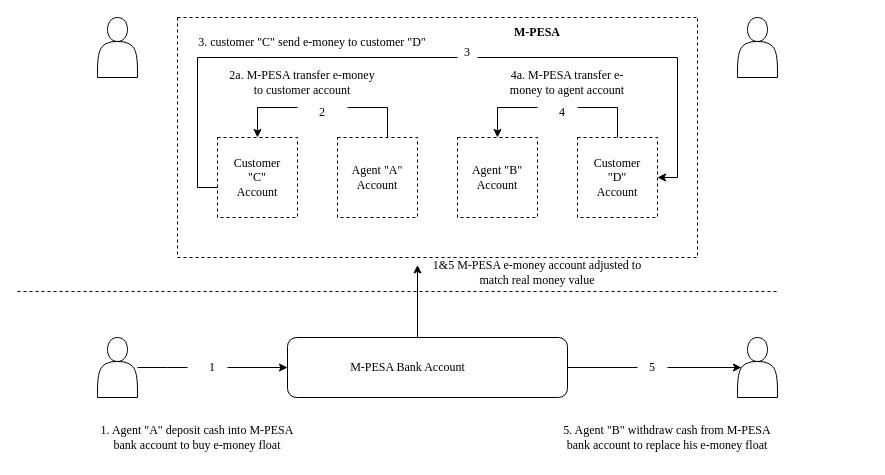
Earlier version of the draw.io diagram mobilemoneyecosy.drawio (codeflickr/First-project). Source tidied: cells renumbered, new cells numbered last; positions are measured from the earlier drawing's top-left corner, leaving out a move shared by most shapes. Both pictures are drawn from the tidied source at 100%, with x=0, y=0 at pixel (17, 17).
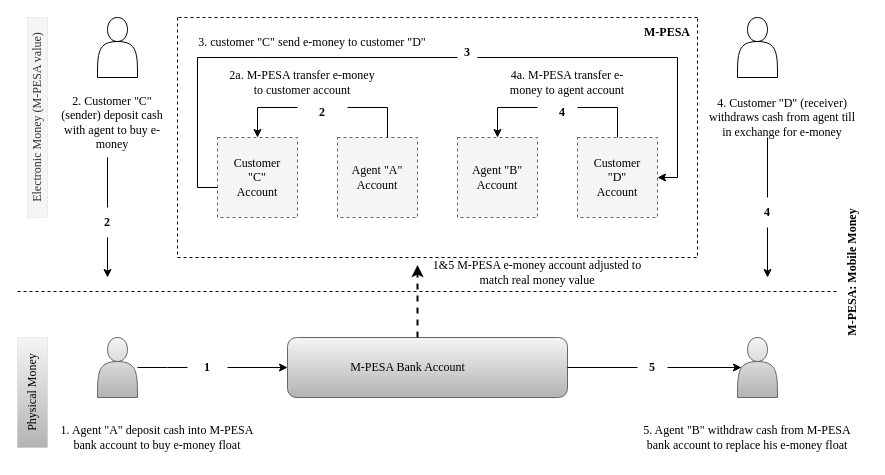
The same diagram, later.

Diff of the diagram source:
```diff
@@
-    <mxCell id="4" style="shape=actor;whiteSpace=wrap;html=1;" parent="1" vertex="1">
+    <mxCell id="4" style="shape=actor;whiteSpace=wrap;html=1;fillColor=#f5f5f5;gradientColor=#b3b3b3;strokeColor=#666666;" parent="1" vertex="1">
       <mxGeometry x="80" y="320" width="40" height="60" as="geometry" />
     </mxCell>
-    <mxCell id="5" style="shape=actor;whiteSpace=wrap;html=1;" parent="1" vertex="1">
+    <mxCell id="5" style="shape=actor;whiteSpace=wrap;html=1;fillColor=#f5f5f5;gradientColor=#b3b3b3;strokeColor=#666666;" parent="1" vertex="1">
       <mxGeometry x="720" y="320" width="40" height="60" as="geometry" />
     </mxCell>
     <mxCell id="6" style="line;strokeWidth=1;fillColor=none;align=left;verticalAlign=middle;spacingTop=-1;spacingLeft=3;spacingRight=3;labelPosition=right;fontFamily=Times New Roman;dashed=1;" parent="1" vertex="1">
-      <mxGeometry y="270" width="760" height="8" as="geometry" />
+      <mxGeometry y="270" width="820" height="8" as="geometry" />
     </mxCell>
-    <mxCell id="7" style="rounded=1;whiteSpace=wrap;html=1;fontFamily=Times New Roman;" parent="1" vertex="1">
+    <mxCell id="7" style="rounded=1;whiteSpace=wrap;html=1;fontFamily=Times New Roman;fillColor=#f5f5f5;strokeColor=#666666;gradientColor=#b3b3b3;" parent="1" vertex="1">
       <mxGeometry x="270" y="320" width="280" height="60" as="geometry" />
     </mxCell>
@@
-    <mxCell id="9" value="1" style="text;html=1;strokeColor=none;fillColor=none;align=center;verticalAlign=middle;whiteSpace=wrap;rounded=0;fontFamily=Times New Roman;" parent="1" vertex="1">
-      <mxGeometry x="180" y="335" width="30" height="30" as="geometry" />
+    <mxCell id="9" value="1" style="text;html=1;strokeColor=none;fillColor=none;align=center;verticalAlign=middle;whiteSpace=wrap;rounded=0;fontFamily=Times New Roman;fontStyle=1;" parent="1" vertex="1">
+      <mxGeometry x="180" y="335" width="20" height="30" as="geometry" />
     </mxCell>
@@
-    <mxCell id="14" value="5" style="text;html=1;strokeColor=none;fillColor=none;align=center;verticalAlign=middle;whiteSpace=wrap;rounded=0;fontFamily=Times New Roman;" parent="1" vertex="1">
+    <mxCell id="14" value="5" style="text;html=1;strokeColor=none;fillColor=none;align=center;verticalAlign=middle;whiteSpace=wrap;rounded=0;fontFamily=Times New Roman;fontStyle=1;" parent="1" vertex="1">
       <mxGeometry x="620" y="335" width="30" height="30" as="geometry" />
     </mxCell>
@@
     <mxCell id="16" value="1. Agent &quot;A&quot; deposit cash into M-PESA bank account to buy e-money float" style="text;html=1;strokeColor=none;fillColor=none;align=center;verticalAlign=middle;whiteSpace=wrap;rounded=0;fontFamily=Times New Roman;" parent="1" vertex="1">
-      <mxGeometry x="80" y="400" width="200" height="40" as="geometry" />
+      <mxGeometry x="40" y="400" width="200" height="40" as="geometry" />
     </mxCell>
     <mxCell id="17" value="5. Agent &quot;B&quot; withdraw cash from M-PESA bank account to replace his e-money float" style="text;html=1;strokeColor=none;fillColor=none;align=center;verticalAlign=middle;whiteSpace=wrap;rounded=0;fontFamily=Times New Roman;" parent="1" vertex="1">
-      <mxGeometry x="540" y="400" width="220" height="40" as="geometry" />
+      <mxGeometry x="620" y="400" width="220" height="40" as="geometry" />
     </mxCell>
-    <mxCell id="18" style="endArrow=classic;html=1;rounded=0;fontFamily=Times New Roman;entryX=0;entryY=0.25;entryDx=0;entryDy=0;" parent="1" edge="1" target="19">
+    <mxCell id="18" style="endArrow=classic;html=1;rounded=0;fontFamily=Times New Roman;entryX=0;entryY=0.25;entryDx=0;entryDy=0;dashed=1;strokeWidth=2;" parent="1" edge="1" target="19">
       <mxGeometry relative="1" as="geometry">
         <mxPoint x="400" y="320" as="sourcePoint" />
       </mxGeometry>
     </mxCell>
-    <mxCell id="19" value="1&amp;amp;5 M-PESA e-money account adjusted to match real money value" style="text;html=1;strokeColor=none;fillColor=none;align=center;verticalAlign=middle;whiteSpace=wrap;rounded=0;fontFamily=Times New Roman;" parent="1" vertex="1">
+    <mxCell id="19" value="1&amp;amp;5 M-PESA e-money account adjusted to match real money value" style="text;html=1;align=center;verticalAlign=middle;whiteSpace=wrap;rounded=0;fontFamily=Times New Roman;" parent="1" vertex="1">
       <mxGeometry x="400" y="240" width="240" height="30" as="geometry" />
     </mxCell>
-    <mxCell id="20" style="swimlane;startSize=0;fontFamily=Times New Roman;dashed=1;" parent="1" vertex="1">
+    <mxCell id="20" style="swimlane;startSize=0;fontFamily=Times New Roman;dashed=1;shadow=0;rounded=1;" parent="1" vertex="1">
       <mxGeometry x="160" width="520" height="240" as="geometry" />
     </mxCell>
-    <mxCell id="21" style="whiteSpace=wrap;html=1;dashed=1;" parent="20" vertex="1">
+    <mxCell id="21" style="whiteSpace=wrap;html=1;dashed=1;fillColor=#f5f5f5;fontColor=#333333;strokeColor=#666666;" parent="20" vertex="1">
       <mxGeometry x="160" y="120" width="80" height="80" as="geometry" />
     </mxCell>
-    <mxCell id="22" value="Agent &quot;A&quot; Account" style="text;html=1;strokeColor=none;fillColor=none;align=center;verticalAlign=middle;whiteSpace=wrap;rounded=0;fontFamily=Times New Roman;" parent="20" vertex="1">
+    <mxCell id="22" value="Agent &quot;A&quot; Account" style="text;html=1;strokeColor=none;fillColor=none;align=center;verticalAlign=middle;whiteSpace=wrap;rounded=0;fontFamily=Times New Roman;fontStyle=0;" parent="20" vertex="1">
       <mxGeometry x="170" y="145" width="60" height="30" as="geometry" />
     </mxCell>
-    <mxCell id="23" style="whiteSpace=wrap;html=1;dashed=1;" parent="20" vertex="1">
+    <mxCell id="23" style="whiteSpace=wrap;html=1;dashed=1;fillColor=#f5f5f5;fontColor=#333333;strokeColor=#666666;" parent="20" vertex="1">
       <mxGeometry x="40" y="120" width="80" height="80" as="geometry" />
     </mxCell>
-    <mxCell id="24" value="&lt;font face=&quot;Times New Roman&quot;&gt;Customer &quot;C&quot; Account&lt;/font&gt;" style="text;html=1;strokeColor=none;fillColor=none;align=center;verticalAlign=middle;whiteSpace=wrap;rounded=0;" parent="20" vertex="1">
+    <mxCell id="24" value="&lt;font face=&quot;Times New Roman&quot;&gt;Customer &quot;C&quot; Account&lt;/font&gt;" style="text;html=1;strokeColor=none;fillColor=none;align=center;verticalAlign=middle;whiteSpace=wrap;rounded=0;fontStyle=0;" parent="20" vertex="1">
       <mxGeometry x="50" y="135" width="60" height="50" as="geometry" />
     </mxCell>
-    <mxCell id="25" style="whiteSpace=wrap;html=1;dashed=1;" parent="20" vertex="1">
+    <mxCell id="25" style="whiteSpace=wrap;html=1;dashed=1;fillColor=#f5f5f5;fontColor=#333333;strokeColor=#666666;" parent="20" vertex="1">
       <mxGeometry x="400" y="120" width="80" height="80" as="geometry" />
     </mxCell>
-    <mxCell id="26" style="whiteSpace=wrap;html=1;dashed=1;" parent="20" vertex="1">
+    <mxCell id="26" style="whiteSpace=wrap;html=1;dashed=1;fillColor=#f5f5f5;fontColor=#333333;strokeColor=#666666;" parent="20" vertex="1">
       <mxGeometry x="280" y="120" width="80" height="80" as="geometry" />
     </mxCell>
-    <mxCell id="27" value="Agent &quot;B&quot; Account" style="text;html=1;strokeColor=none;fillColor=none;align=center;verticalAlign=middle;whiteSpace=wrap;rounded=0;fontFamily=Times New Roman;" parent="20" vertex="1">
+    <mxCell id="27" value="Agent &quot;B&quot; Account" style="text;html=1;strokeColor=none;fillColor=none;align=center;verticalAlign=middle;whiteSpace=wrap;rounded=0;fontFamily=Times New Roman;fontStyle=0;" parent="20" vertex="1">
       <mxGeometry x="290" y="145" width="60" height="30" as="geometry" />
     </mxCell>
-    <mxCell id="28" value="Customer &quot;D&quot; Account" style="text;html=1;strokeColor=none;fillColor=none;align=center;verticalAlign=middle;whiteSpace=wrap;rounded=0;fontFamily=Times New Roman;" parent="20" vertex="1">
+    <mxCell id="28" value="Customer &quot;D&quot; Account" style="text;html=1;strokeColor=none;fillColor=none;align=center;verticalAlign=middle;whiteSpace=wrap;rounded=0;fontFamily=Times New Roman;fontStyle=0;" parent="20" vertex="1">
       <mxGeometry x="410" y="140" width="60" height="40" as="geometry" />
     </mxCell>
     <mxCell id="29" value="&lt;b&gt;M-PESA&lt;/b&gt;" style="text;html=1;strokeColor=none;fillColor=none;align=center;verticalAlign=middle;whiteSpace=wrap;rounded=0;fontFamily=Times New Roman;" parent="20" vertex="1">
-      <mxGeometry x="330" width="60" height="30" as="geometry" />
+      <mxGeometry x="460" width="60" height="30" as="geometry" />
     </mxCell>
-    <mxCell id="30" value="2" style="text;html=1;strokeColor=none;fillColor=none;align=center;verticalAlign=middle;whiteSpace=wrap;rounded=0;dashed=1;fontFamily=Times New Roman;" parent="20" vertex="1">
+    <mxCell id="30" value="2" style="text;html=1;strokeColor=none;fillColor=none;align=center;verticalAlign=middle;whiteSpace=wrap;rounded=0;dashed=1;fontFamily=Times New Roman;fontStyle=1;" parent="20" vertex="1">
       <mxGeometry x="130" y="80" width="30" height="30" as="geometry" />
     </mxCell>
@@
-    <mxCell id="32" value="4" style="text;html=1;strokeColor=none;fillColor=none;align=center;verticalAlign=middle;whiteSpace=wrap;rounded=0;dashed=1;fontFamily=Times New Roman;" parent="20" vertex="1">
+    <mxCell id="32" value="4" style="text;html=1;strokeColor=none;fillColor=none;align=center;verticalAlign=middle;whiteSpace=wrap;rounded=0;dashed=1;fontFamily=Times New Roman;fontStyle=1;" parent="20" vertex="1">
       <mxGeometry x="370" y="80" width="30" height="30" as="geometry" />
     </mxCell>
@@
-    <mxCell id="35" value="3" style="text;html=1;strokeColor=none;fillColor=none;align=center;verticalAlign=middle;whiteSpace=wrap;rounded=0;dashed=1;fontFamily=Times New Roman;" parent="20" vertex="1">
+    <mxCell id="35" value="3" style="text;html=1;strokeColor=none;fillColor=none;align=center;verticalAlign=middle;whiteSpace=wrap;rounded=0;dashed=1;fontFamily=Times New Roman;fontStyle=1;" parent="20" vertex="1">
       <mxGeometry x="280" y="20" width="20" height="30" as="geometry" />
     </mxCell>
@@
+    <mxCell id="43" value="Physical Money" style="text;html=1;strokeColor=#666666;fillColor=#f5f5f5;align=center;verticalAlign=middle;whiteSpace=wrap;rounded=0;dashed=1;fontFamily=Times New Roman;horizontal=0;gradientColor=#b3b3b3;strokeWidth=0;" parent="1" vertex="1">
+      <mxGeometry y="320" width="30" height="110" as="geometry" />
+    </mxCell>
+    <mxCell id="44" value="Electronic Money (M-PESA value)" style="text;strokeColor=#666666;fillColor=#f5f5f5;align=center;verticalAlign=middle;whiteSpace=wrap;rounded=0;dashed=1;fontFamily=Times New Roman;html=1;horizontal=0;fontColor=#333333;strokeWidth=0;" parent="1" vertex="1">
+      <mxGeometry x="10" width="20" height="200" as="geometry" />
+    </mxCell>
+    <mxCell id="45" value="2. Customer &quot;C&quot; (sender) deposit cash with agent to buy e-money" style="text;html=1;strokeColor=none;fillColor=none;align=center;verticalAlign=middle;whiteSpace=wrap;rounded=0;dashed=1;fontFamily=Times New Roman;" parent="1" vertex="1">
+      <mxGeometry x="40" y="70" width="110" height="70" as="geometry" />
+    </mxCell>
+    <mxCell id="46" style="endArrow=none;html=1;rounded=0;fontFamily=Times New Roman;" parent="1" edge="1">
+      <mxGeometry relative="1" as="geometry">
+        <mxPoint x="90" y="190" as="sourcePoint" />
+        <mxPoint x="90" y="140" as="targetPoint" />
+      </mxGeometry>
+    </mxCell>
+    <mxCell id="47" style="endArrow=classic;html=1;rounded=0;fontFamily=Times New Roman;" parent="1" edge="1">
+      <mxGeometry relative="1" as="geometry">
+        <mxPoint x="90" y="220" as="sourcePoint" />
+        <mxPoint x="90" y="260" as="targetPoint" />
+      </mxGeometry>
+    </mxCell>
+    <mxCell id="48" value="2" style="text;html=1;strokeColor=none;fillColor=none;align=center;verticalAlign=middle;whiteSpace=wrap;rounded=0;dashed=1;fontFamily=Times New Roman;fontStyle=1;" parent="1" vertex="1">
+      <mxGeometry x="80" y="190" width="20" height="30" as="geometry" />
+    </mxCell>
+    <mxCell id="49" value="4. Customer &quot;D&quot; (receiver) withdraws cash from agent till in exchange for e-money" style="text;html=1;strokeColor=none;fillColor=none;align=center;verticalAlign=middle;whiteSpace=wrap;rounded=0;dashed=1;fontFamily=Times New Roman;" parent="1" vertex="1">
+      <mxGeometry x="690" y="70" width="150" height="60" as="geometry" />
+    </mxCell>
+    <mxCell id="50" style="endArrow=none;html=1;rounded=0;fontFamily=Times New Roman;" parent="1" edge="1">
+      <mxGeometry relative="1" as="geometry">
+        <mxPoint x="750" y="180" as="sourcePoint" />
+        <mxPoint x="750" y="120" as="targetPoint" />
+      </mxGeometry>
+    </mxCell>
+    <mxCell id="51" style="endArrow=classic;html=1;rounded=0;fontFamily=Times New Roman;" parent="1" edge="1">
+      <mxGeometry relative="1" as="geometry">
+        <mxPoint x="750" y="210" as="sourcePoint" />
+        <mxPoint x="750" y="260" as="targetPoint" />
+      </mxGeometry>
+    </mxCell>
+    <mxCell id="52" value="4" style="text;html=1;strokeColor=none;fillColor=none;align=center;verticalAlign=middle;whiteSpace=wrap;rounded=0;dashed=1;fontFamily=Times New Roman;fontStyle=1;" parent="1" vertex="1">
+      <mxGeometry x="740" y="180" width="20" height="30" as="geometry" />
+    </mxCell>
+    <mxCell id="53" value="M-PESA: Mobile Money" style="text;html=1;strokeColor=none;fillColor=none;align=center;verticalAlign=middle;whiteSpace=wrap;rounded=0;dashed=1;fontFamily=Times New Roman;horizontal=0;fontStyle=1;" parent="1" vertex="1">
+      <mxGeometry x="820" y="180" width="30" height="150" as="geometry" />
+    </mxCell>
```
